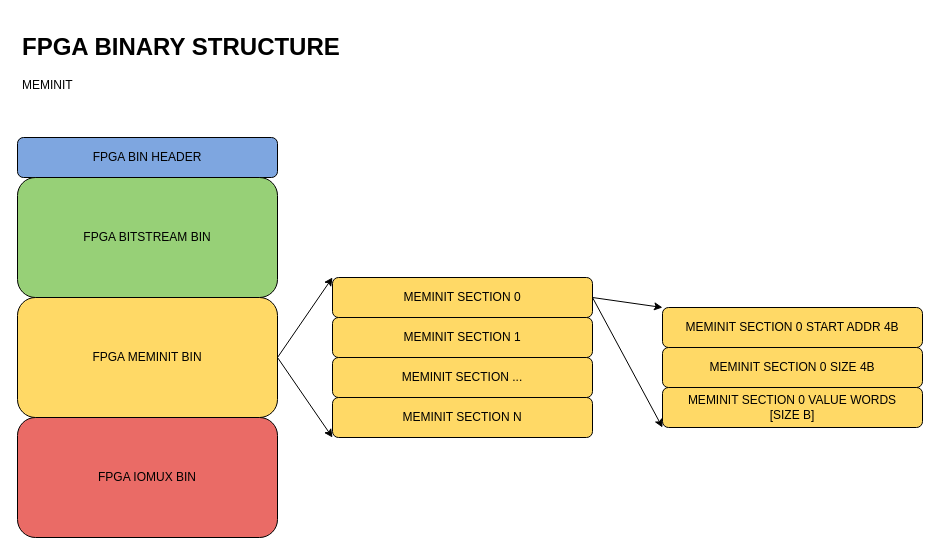
This is page "meminit" (3 of 4) of qf_apps/qf_bootloader/fpga-bin-structure.drawio from QuickLogic-Corp/qorc-sdk, a draw.io file, before an edit. Source tidied: cells renumbered, new cells numbered last; positions are measured from the earlier drawing's top-left corner, leaving out a move shared by most shapes. Both pictures are drawn from the tidied source at 100%, with x=0, y=0 at pixel (17, 27).
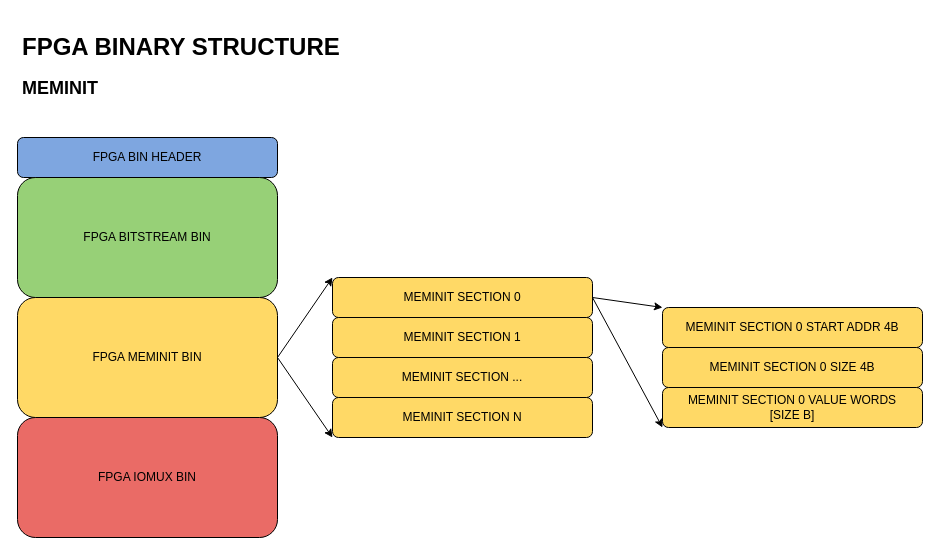
Above is the later version.

The edit, as a diff of the source:
```diff
@@
 <mxGraphModel background="#ffffff">
   <root>
     <mxCell id="0" />
     <mxCell id="1" parent="0" />
     <mxCell id="2" value="&lt;div&gt;FPGA BIN HEADER&lt;/div&gt;" style="rounded=1;whiteSpace=wrap;html=1;fillColor=#7EA6E0;" parent="1" vertex="1">
       <mxGeometry y="110" width="260" height="40" as="geometry" />
     </mxCell>
     <mxCell id="3" value="&lt;div&gt;FPGA BITSTREAM BIN&lt;br&gt;&lt;/div&gt;" style="rounded=1;whiteSpace=wrap;html=1;fillColor=#97D077;" parent="1" vertex="1">
       <mxGeometry y="150" width="260" height="120" as="geometry" />
     </mxCell>
     <mxCell id="4" value="&lt;div&gt;FPGA IOMUX BIN&lt;br&gt;&lt;/div&gt;" style="rounded=1;whiteSpace=wrap;html=1;fillColor=#EA6B66;" parent="1" vertex="1">
       <mxGeometry y="390" width="260" height="120" as="geometry" />
     </mxCell>
     <mxCell id="5" value="&lt;div&gt;FPGA MEMINIT BIN&lt;br&gt;&lt;/div&gt;" style="rounded=1;whiteSpace=wrap;html=1;fillColor=#FFD966;" parent="1" vertex="1">
       <mxGeometry y="270" width="260" height="120" as="geometry" />
     </mxCell>
     <mxCell id="6" value="MEMINIT SECTION 0 SIZE 4B" style="rounded=1;whiteSpace=wrap;html=1;fillColor=#FFD966;" parent="1" vertex="1">
       <mxGeometry x="645" y="320" width="260" height="40" as="geometry" />
     </mxCell>
     <mxCell id="7" value="&lt;div&gt;MEMINIT SECTION 0 VALUE WORDS&lt;/div&gt;&lt;div&gt;[SIZE B]&lt;/div&gt;" style="rounded=1;whiteSpace=wrap;html=1;fillColor=#FFD966;" parent="1" vertex="1">
       <mxGeometry x="645" y="360" width="260" height="40" as="geometry" />
     </mxCell>
     <mxCell id="8" style="endArrow=classic;html=1;exitX=1;exitY=0.5;exitDx=0;exitDy=0;entryX=0;entryY=0;entryDx=0;entryDy=0;" parent="1" edge="1" source="5" target="12">
       <mxGeometry relative="1" as="geometry" />
     </mxCell>
     <mxCell id="9" style="endArrow=classic;html=1;exitX=1;exitY=0.5;exitDx=0;exitDy=0;entryX=0;entryY=1;entryDx=0;entryDy=0;" parent="1" edge="1" source="5" target="15">
       <mxGeometry relative="1" as="geometry" />
     </mxCell>
-    <mxCell id="10" value="&lt;h1&gt;FPGA BINARY STRUCTURE&lt;br&gt;&lt;/h1&gt;&lt;p&gt;MEMINIT&lt;br&gt;&lt;/p&gt;" style="text;html=1;strokeColor=none;fillColor=none;spacing=5;spacingTop=-20;whiteSpace=wrap;overflow=hidden;rounded=0;" parent="1" vertex="1">
+    <mxCell id="10" value="&lt;h1&gt;FPGA BINARY STRUCTURE&lt;br&gt;&lt;/h1&gt;&lt;p&gt;&lt;b&gt;&lt;font style=&quot;font-size: 18px&quot;&gt;MEMINIT&lt;/font&gt;&lt;/b&gt;&lt;br&gt;&lt;/p&gt;" style="text;html=1;strokeColor=none;fillColor=none;spacing=5;spacingTop=-20;whiteSpace=wrap;overflow=hidden;rounded=0;" parent="1" vertex="1">
       <mxGeometry width="330" height="80" as="geometry" />
     </mxCell>
     <mxCell id="11" value="MEMINIT SECTION 0 START ADDR 4B" style="rounded=1;whiteSpace=wrap;html=1;fillColor=#FFD966;" parent="1" vertex="1">
       <mxGeometry x="645" y="280" width="260" height="40" as="geometry" />
     </mxCell>
     <mxCell id="12" value="MEMINIT SECTION 0" style="rounded=1;whiteSpace=wrap;html=1;fillColor=#FFD966;" parent="1" vertex="1">
       <mxGeometry x="315" y="250" width="260" height="40" as="geometry" />
     </mxCell>
     <mxCell id="13" value="MEMINIT SECTION 1" style="rounded=1;whiteSpace=wrap;html=1;fillColor=#FFD966;" parent="1" vertex="1">
       <mxGeometry x="315" y="290" width="260" height="40" as="geometry" />
     </mxCell>
     <mxCell id="14" value="MEMINIT SECTION ..." style="rounded=1;whiteSpace=wrap;html=1;fillColor=#FFD966;" parent="1" vertex="1">
       <mxGeometry x="315" y="330" width="260" height="40" as="geometry" />
     </mxCell>
     <mxCell id="15" value="MEMINIT SECTION N" style="rounded=1;whiteSpace=wrap;html=1;fillColor=#FFD966;" parent="1" vertex="1">
       <mxGeometry x="315" y="370" width="260" height="40" as="geometry" />
     </mxCell>
     <mxCell id="16" style="endArrow=classic;html=1;exitX=1;exitY=0.5;exitDx=0;exitDy=0;entryX=0;entryY=0;entryDx=0;entryDy=0;" parent="1" edge="1" source="12" target="11">
       <mxGeometry relative="1" as="geometry" />
     </mxCell>
     <mxCell id="17" style="endArrow=classic;html=1;exitX=1;exitY=0.5;exitDx=0;exitDy=0;entryX=0;entryY=1;entryDx=0;entryDy=0;" parent="1" edge="1" source="12" target="7">
       <mxGeometry relative="1" as="geometry" />
     </mxCell>
   </root>
 </mxGraphModel>
```
